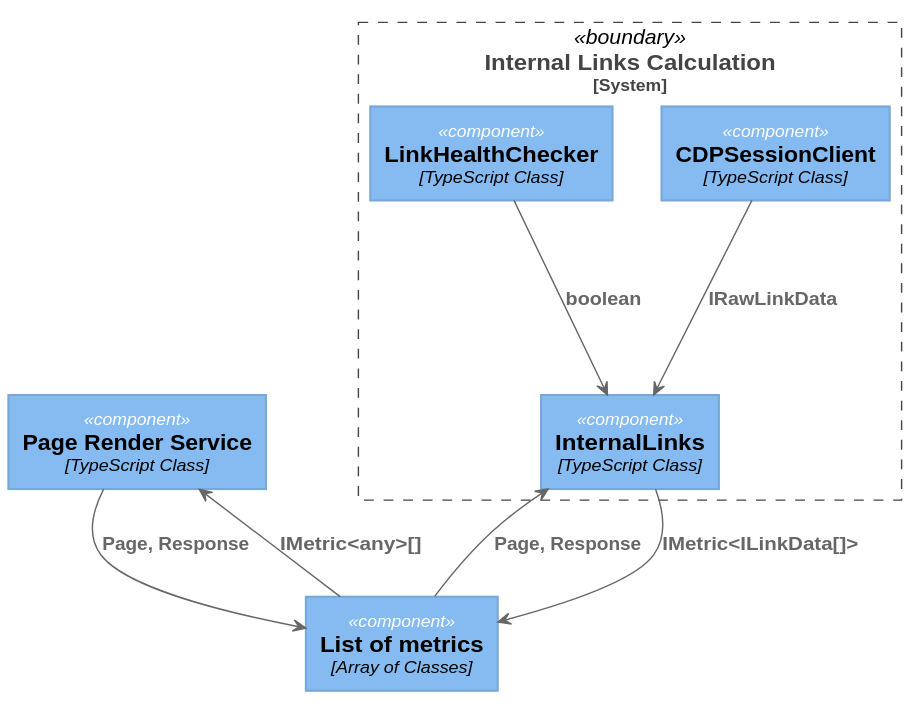
Above: designs/out/designs/metrics/internal-links.svg in ali-habibzadeh/top10-seo-list-for-developers (PlantUML), before the change.
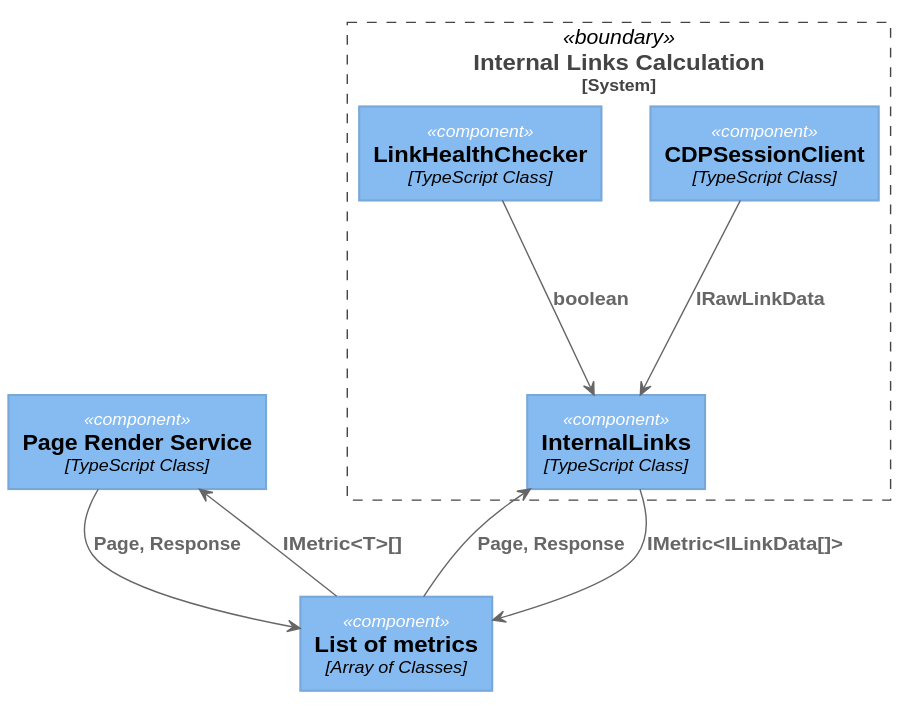
After the change.

Change to the diagram source:
```diff
@@ -452,7 +452,7 @@
     rectangle "==InternalLinks\n//<size:12>[TypeScript Class]</size>//" <<component>> as InternalLinks
     rectangle "==CDPSessionClient\n//<size:12>[TypeScript Class]</size>//" <<component>> as CDPSessionClient
     rectangle "==LinkHealthChecker\n//<size:12>[TypeScript Class]</size>//" <<component>> as LinkHealthChecker
-    metricsList --> PageRenderService : "===IMetric<any>[]"
+    metricsList --> PageRenderService : "===IMetric<T>[]"
     PageRenderService --> metricsList : "===Page, Response"
     InternalLinks --> metricsList : "===IMetric<ILinkData[]>"
     metricsList --> InternalLinks : "===Page, Response"
```
